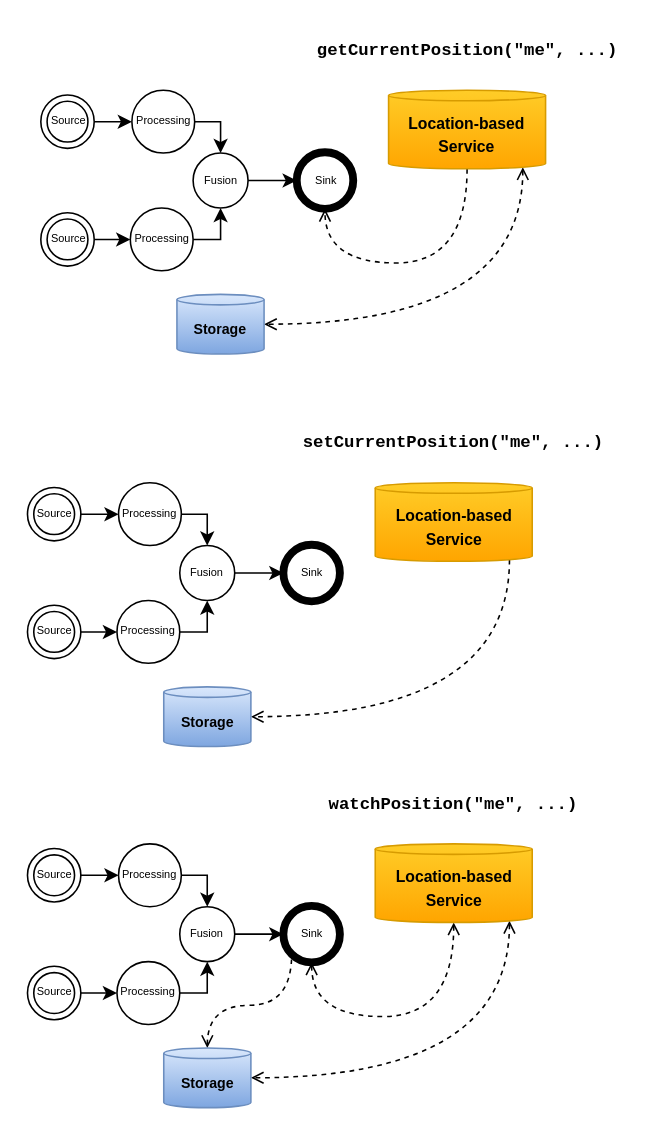
Earlier version of the draw.io diagram page "Page-19" (19 of 19) of slides/ipin2021/images/ipin2021_slides.drawio (OpenHPS/openhps.org). Source tidied: cells renumbered, new cells numbered last; positions are measured from the earlier drawing's top-left corner, leaving out a move shared by most shapes. Both pictures are drawn from the tidied source at 157%, with x=0, y=0 at pixel (27, 27).
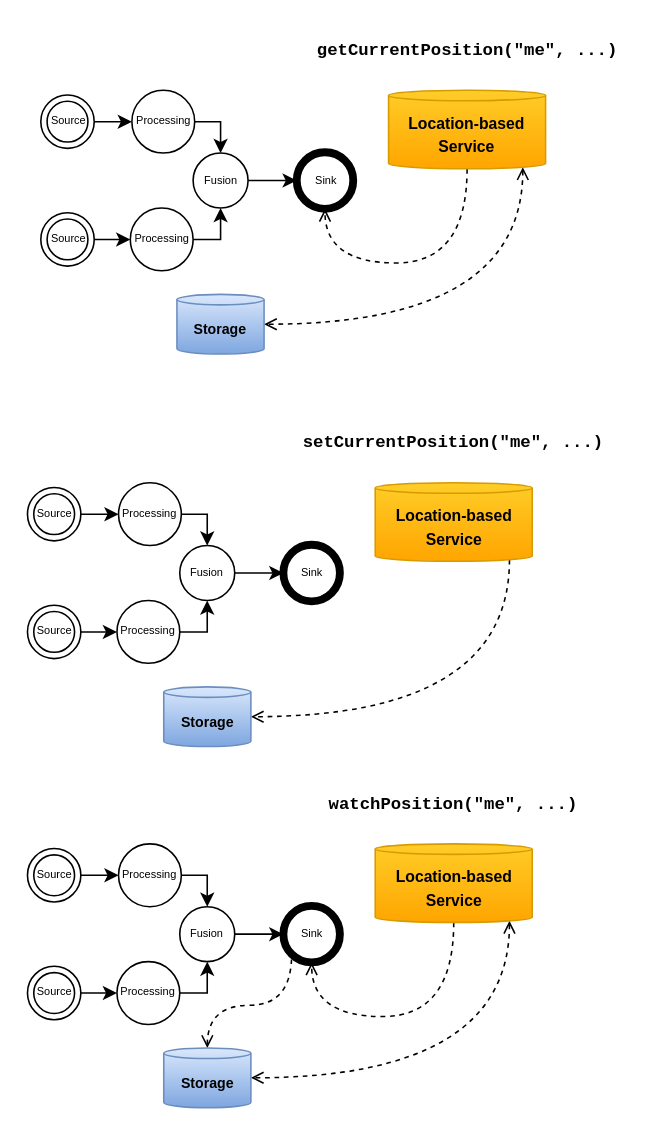
Above is the later version.

The change refers to these unchanged cells:
```xml
<mxCell id="35" value="&lt;font style=&quot;font-size: 10px&quot;&gt;Location-based&lt;br&gt;Service&lt;/font&gt;" style="shape=cylinder3;whiteSpace=wrap;html=1;boundedLbl=1;backgroundOutline=1;size=3.333343505859375;fontSize=12;strokeColor=#d79b00;fontStyle=1;fillColor=#ffcd28;gradientColor=#ffa500;" parent="1" vertex="1">
  <mxGeometry x="221.5" y="520" width="100" height="50" as="geometry" />
</mxCell>
<mxCell id="37" value="Sink" style="shape=ellipse;html=1;dashed=0;whitespace=wrap;strokeWidth=5;perimeter=ellipsePerimeter;fontSize=7;" parent="1" vertex="1">
  <mxGeometry x="163" y="559.5" width="36" height="36" as="geometry" />
</mxCell>
```

Diff of the diagram source:
```diff
@@
-    <mxCell id="34" style="edgeStyle=orthogonalEdgeStyle;curved=1;rounded=0;jettySize=auto;html=1;exitX=0.5;exitY=1;exitDx=0;exitDy=0;exitPerimeter=0;entryX=0.5;entryY=1;entryDx=0;entryDy=0;dashed=1;startArrow=open;startFill=0;endArrow=open;endFill=0;" parent="1" edge="1" source="35" target="37">
+    <mxCell id="34" style="edgeStyle=orthogonalEdgeStyle;curved=1;rounded=0;jettySize=auto;html=1;exitX=0.5;exitY=1;exitDx=0;exitDy=0;exitPerimeter=0;entryX=0.5;entryY=1;entryDx=0;entryDy=0;dashed=1;startArrow=none;startFill=0;endArrow=open;endFill=0;" parent="1" edge="1" source="35" target="37">
       <mxGeometry relative="1" as="geometry">
         <Array as="points">
           <mxPoint x="271" y="630" />
           <mxPoint x="181" y="630" />
         </Array>
       </mxGeometry>
     </mxCell>
```
